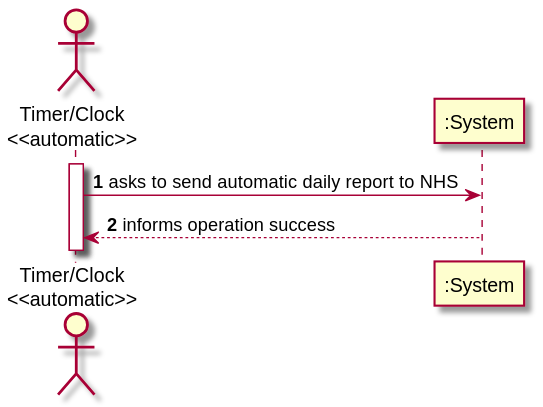
Above: docs/SprintD/US_19/US19_SSD.svg in ana-albergaria/LAPR2-ISEP (PlantUML), before the change. The source it was exported from:
```plantuml
@startuml
autonumber
actor "Timer/Clock\n<<automatic>>" as T

activate T
T -> ":System" : asks to send automatic daily report to NHS


":System" --> T : informs operation success
deactivate ":System"


@enduml
```
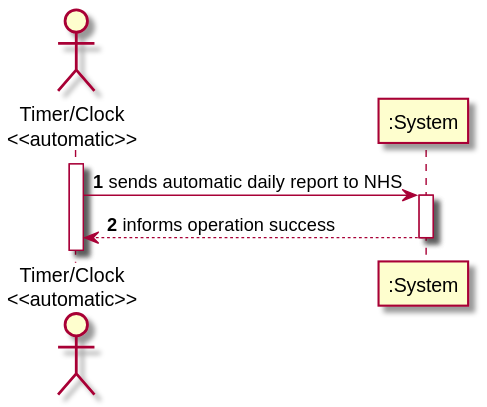
Later version of the same file.

What changed in the source:
```diff
@@ -3,10 +3,12 @@
 actor "Timer/Clock\n<<automatic>>" as T
 
 activate T
-T -> ":System" : asks to send automatic daily report to NHS
+T -> ":System" : sends automatic daily report to NHS
 
+activate ":System"
 
 ":System" --> T : informs operation success
+
 deactivate ":System"
 
 
```
